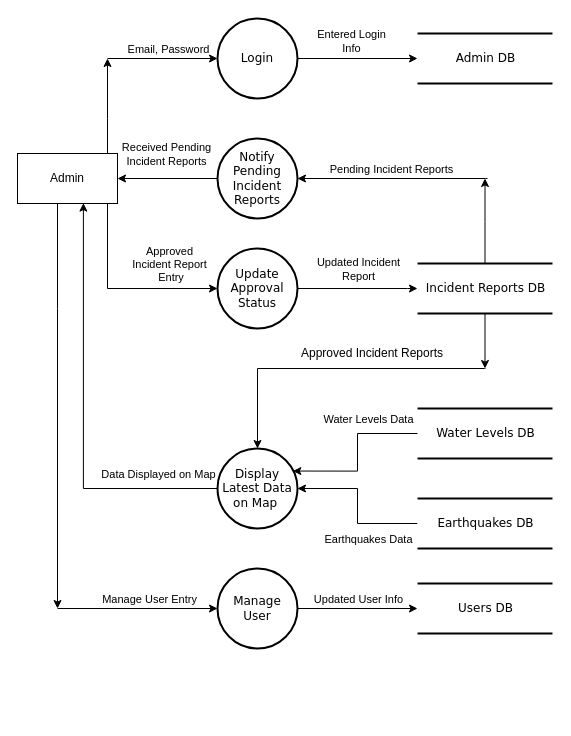
Earlier version of the draw.io diagram Projects/LVL2_DFD_ADMIN_APPSDEV.drawio (N0Obitaz/DrawIODiagrams). Source tidied: cells renumbered, new cells numbered last; positions are measured from the earlier drawing's top-left corner, leaving out a move shared by most shapes. Both pictures are drawn from the tidied source at 100%, with x=0, y=0 at pixel (17, 18).
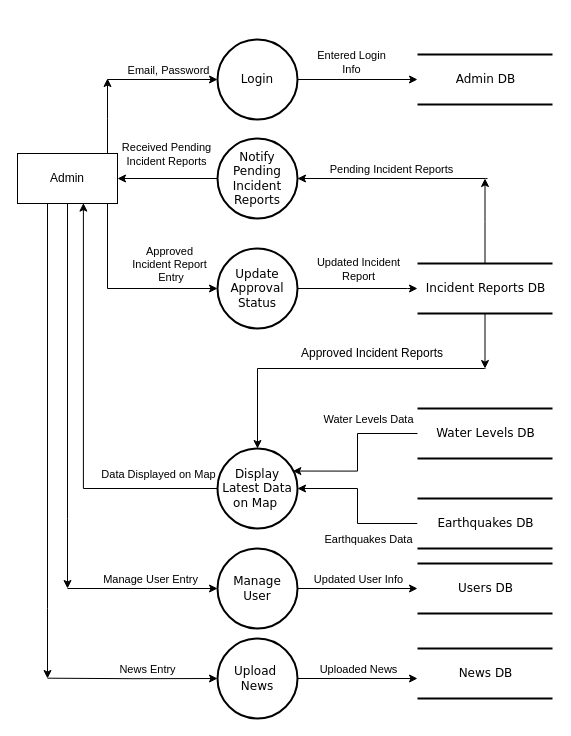
The same diagram, later.

The change refers to these unchanged cells:
```xml
<mxCell id="13" value="Admin" style="html=1;dashed=0;whiteSpace=wrap;" parent="1" vertex="1">
  <mxGeometry y="135" width="100" height="50" as="geometry" />
</mxCell>
```

Change to the diagram source:
```diff
@@
     <mxCell id="2" value="Admin DB" style="html=1;rounded=0;shadow=0;comic=0;labelBackgroundColor=none;strokeWidth=2;fontFamily=Verdana;fontSize=12;align=center;shape=mxgraph.ios7ui.horLines;" parent="1" vertex="1">
-      <mxGeometry x="400" y="15" width="135" height="50" as="geometry" />
+      <mxGeometry x="400" y="36" width="135" height="50" as="geometry" />
     </mxCell>
@@
     <mxCell id="5" style="edgeStyle=orthogonalEdgeStyle;rounded=0;jettySize=auto;html=1;entryX=0;entryY=0.5;entryDx=0;entryDy=0;" parent="1" edge="1" target="14">
       <mxGeometry relative="1" as="geometry">
-        <mxPoint x="90" y="40" as="sourcePoint" />
+        <mxPoint x="90" y="61" as="sourcePoint" />
         <Array as="points">
-          <mxPoint x="90" y="40" />
+          <mxPoint x="90" y="61" />
         </Array>
       </mxGeometry>
     </mxCell>
@@
     <mxCell id="9" style="edgeStyle=orthogonalEdgeStyle;rounded=0;jettySize=auto;html=1;entryX=0;entryY=0.5;entryDx=0;entryDy=0;" parent="1" edge="1" target="37">
       <mxGeometry relative="1" as="geometry">
-        <mxPoint x="40" y="590" as="sourcePoint" />
+        <mxPoint x="50" y="570" as="sourcePoint" />
         <Array as="points">
-          <mxPoint x="40" y="590" />
+          <mxPoint x="130" y="570" />
+          <mxPoint x="130" y="570" />
         </Array>
       </mxGeometry>
     </mxCell>
@@
     <mxCell id="11" style="edgeStyle=orthogonalEdgeStyle;rounded=0;jettySize=auto;html=1;" parent="1" edge="1" source="13">
       <mxGeometry relative="1" as="geometry">
-        <mxPoint x="90" y="40" as="targetPoint" />
+        <mxPoint x="90" y="60" as="targetPoint" />
         <Array as="points">
           <mxPoint x="90" y="100" />
           <mxPoint x="90" y="100" />
         </Array>
       </mxGeometry>
     </mxCell>
     <mxCell id="12" style="edgeStyle=orthogonalEdgeStyle;rounded=0;jettySize=auto;html=1;" parent="1" edge="1" source="13">
       <mxGeometry relative="1" as="geometry">
-        <mxPoint x="40" y="590" as="targetPoint" />
+        <mxPoint x="50" y="570" as="targetPoint" />
         <Array as="points">
-          <mxPoint x="40" y="290" />
-          <mxPoint x="40" y="290" />
+          <mxPoint x="50" y="500" />
         </Array>
       </mxGeometry>
     </mxCell>
@@
     <mxCell id="14" value="Login" style="ellipse;whiteSpace=wrap;html=1;fontFamily=Verdana;rounded=0;shadow=0;comic=0;labelBackgroundColor=none;strokeWidth=2;" parent="1" vertex="1">
-      <mxGeometry x="200" width="80" height="80" as="geometry" />
+      <mxGeometry x="200" y="21" width="80" height="80" as="geometry" />
     </mxCell>
@@
     <mxCell id="37" value="Manage User" style="ellipse;whiteSpace=wrap;html=1;fontFamily=Verdana;rounded=0;shadow=0;comic=0;labelBackgroundColor=none;strokeWidth=2;" parent="1" vertex="1">
-      <mxGeometry x="200" y="550" width="80" height="80" as="geometry" />
+      <mxGeometry x="200" y="530" width="80" height="80" as="geometry" />
     </mxCell>
     <mxCell id="38" value="Users DB" style="html=1;rounded=0;shadow=0;comic=0;labelBackgroundColor=none;strokeWidth=2;fontFamily=Verdana;fontSize=12;align=center;shape=mxgraph.ios7ui.horLines;" parent="1" vertex="1">
-      <mxGeometry x="400" y="565" width="135" height="50" as="geometry" />
+      <mxGeometry x="400" y="545" width="135" height="50" as="geometry" />
     </mxCell>
@@
+    <mxCell id="41" value="News DB" style="html=1;rounded=0;shadow=0;comic=0;labelBackgroundColor=none;strokeWidth=2;fontFamily=Verdana;fontSize=12;align=center;shape=mxgraph.ios7ui.horLines;" parent="1" vertex="1">
+      <mxGeometry x="400" y="630" width="135" height="50" as="geometry" />
+    </mxCell>
+    <mxCell id="42" style="edgeStyle=orthogonalEdgeStyle;rounded=0;orthogonalLoop=1;jettySize=auto;html=1;" parent="1" edge="1">
+      <mxGeometry relative="1" as="geometry">
+        <mxPoint x="30" y="185" as="sourcePoint" />
+        <mxPoint x="30" y="660" as="targetPoint" />
+        <Array as="points">
+          <mxPoint x="30" y="590" />
+        </Array>
+      </mxGeometry>
+    </mxCell>
+    <mxCell id="43" style="edgeStyle=orthogonalEdgeStyle;rounded=0;jettySize=auto;html=1;entryX=0;entryY=0.5;entryDx=0;entryDy=0;" parent="1" edge="1" target="45">
+      <mxGeometry relative="1" as="geometry">
+        <mxPoint x="30" y="659.7" as="sourcePoint" />
+      </mxGeometry>
+    </mxCell>
+    <mxCell id="44" value="News Entry" style="edgeLabel;html=1;align=center;verticalAlign=middle;" parent="43" vertex="1">
+      <mxGeometry x="0.76" y="2" relative="1" as="geometry">
+        <mxPoint x="-50" y="-8" as="offset" />
+      </mxGeometry>
+    </mxCell>
+    <mxCell id="45" value="Upload&amp;nbsp;&lt;div&gt;News&lt;/div&gt;" style="ellipse;whiteSpace=wrap;html=1;fontFamily=Verdana;rounded=0;shadow=0;comic=0;labelBackgroundColor=none;strokeWidth=2;" parent="1" vertex="1">
+      <mxGeometry x="200" y="620" width="80" height="80" as="geometry" />
+    </mxCell>
+    <mxCell id="46" style="edgeStyle=orthogonalEdgeStyle;rounded=0;jettySize=auto;html=1;entryX=0;entryY=0.6;entryDx=0;entryDy=0;entryPerimeter=0;" parent="1" edge="1" source="45" target="41">
+      <mxGeometry relative="1" as="geometry" />
+    </mxCell>
+    <mxCell id="47" value="Uploaded News" style="edgeLabel;html=1;align=center;verticalAlign=middle;" parent="1" vertex="1">
+      <mxGeometry x="340" y="650" as="geometry" />
+    </mxCell>
```
